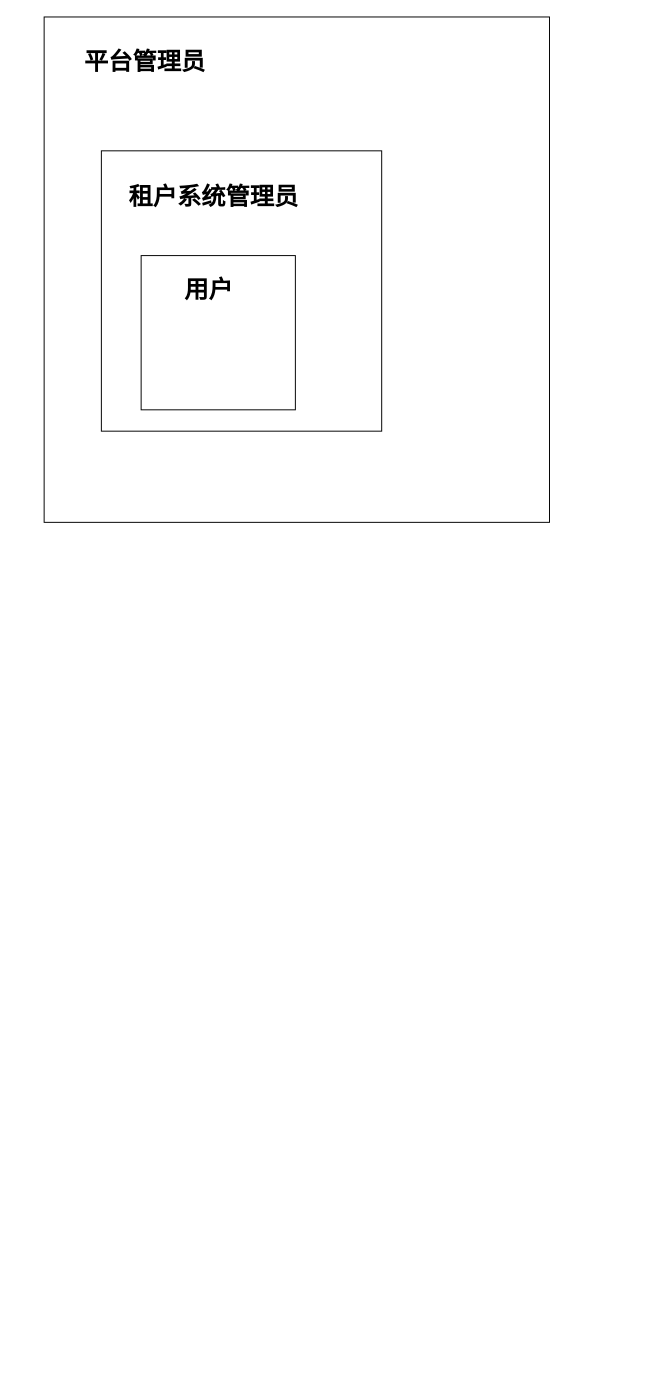
Before: 油港多租户平台人员级联关系图.drawio in huanglian666/flow-chart, a draw.io diagram. Source tidied: cells renumbered, new cells numbered last; positions are measured from the earlier drawing's top-left corner, leaving out a move shared by most shapes. Both pictures are drawn from the tidied source at 97%, with x=0, y=0 at pixel (44, 16).
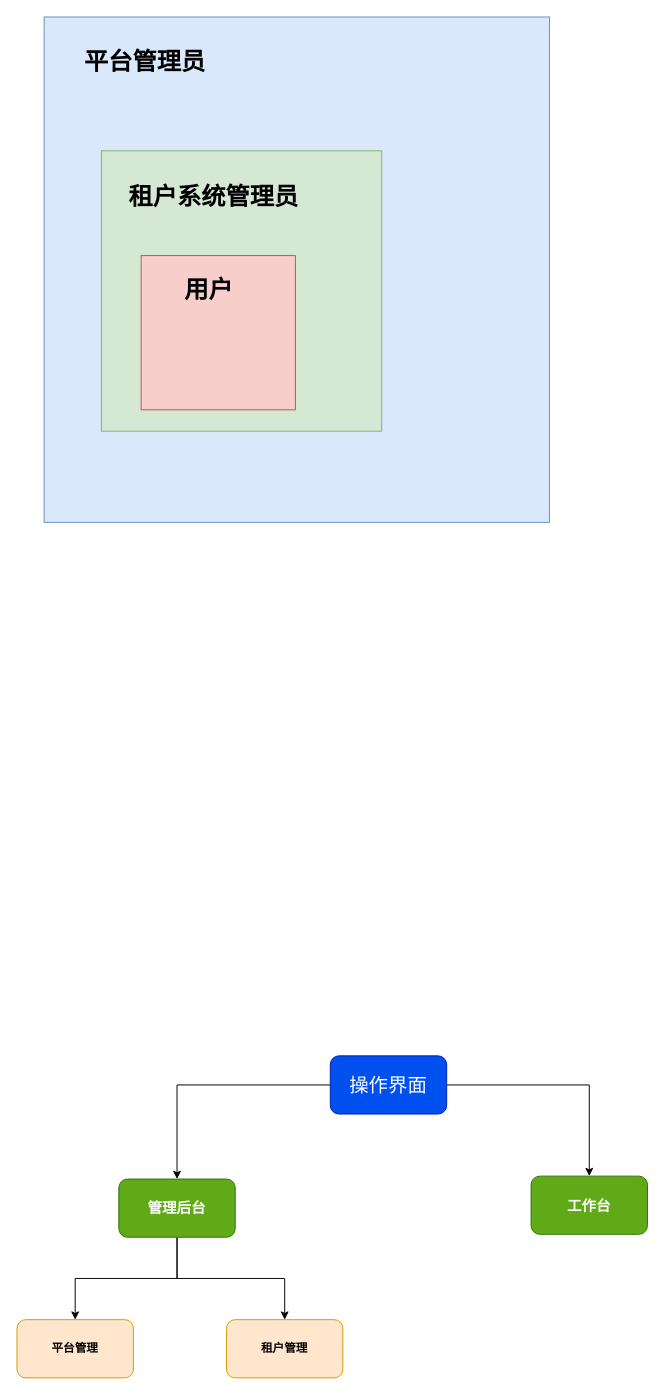
The same diagram, later.

Commit message (it also covers changes not shown here):
更新油港多租户平台人员级联关系图.drawio

Change to the diagram source:
```diff
@@
 <mxGraphModel>
   <root>
     <mxCell id="0" />
     <mxCell id="1" parent="0" />
-    <mxCell id="2" style="whiteSpace=wrap;html=1;" parent="1" vertex="1">
+    <mxCell id="2" style="whiteSpace=wrap;html=1;fillColor=#dae8fc;strokeColor=#6c8ebf;" parent="1" vertex="1">
       <mxGeometry width="521" height="521" as="geometry" />
     </mxCell>
     <mxCell id="3" value="&lt;font style=&quot;font-size: 25px;&quot;&gt;&lt;b&gt;平台管理员&lt;/b&gt;&lt;/font&gt;" style="text;html=1;align=center;verticalAlign=middle;whiteSpace=wrap;rounded=0;" parent="1" vertex="1">
       <mxGeometry x="20" y="21" width="168" height="47" as="geometry" />
     </mxCell>
-    <mxCell id="4" style="whiteSpace=wrap;html=1;" parent="1" vertex="1">
+    <mxCell id="4" style="whiteSpace=wrap;html=1;fillColor=#d5e8d4;strokeColor=#82b366;" parent="1" vertex="1">
       <mxGeometry x="59" y="138" width="289" height="289" as="geometry" />
     </mxCell>
     <mxCell id="5" value="&lt;span style=&quot;font-size: 25px;&quot;&gt;&lt;b&gt;租户系统管理员&lt;/b&gt;&lt;/span&gt;" style="text;html=1;align=center;verticalAlign=middle;whiteSpace=wrap;rounded=0;" parent="1" vertex="1">
       <mxGeometry x="69" y="161" width="212" height="46" as="geometry" />
     </mxCell>
-    <mxCell id="6" style="whiteSpace=wrap;html=1;" parent="1" vertex="1">
+    <mxCell id="6" style="whiteSpace=wrap;html=1;fillColor=#f8cecc;strokeColor=#b85450;" parent="1" vertex="1">
       <mxGeometry x="100" y="246" width="159" height="159" as="geometry" />
     </mxCell>
     <mxCell id="7" value="&lt;span style=&quot;font-size: 25px;&quot;&gt;&lt;b&gt;用户&lt;/b&gt;&lt;/span&gt;" style="text;html=1;align=center;verticalAlign=middle;whiteSpace=wrap;rounded=0;" parent="1" vertex="1">
       <mxGeometry x="113" y="260" width="114" height="39" as="geometry" />
     </mxCell>
+    <mxCell id="8" style="edgeStyle=orthogonalEdgeStyle;rounded=0;jettySize=auto;html=1;" parent="1" edge="1" source="10" target="13">
+      <mxGeometry relative="1" as="geometry" />
+    </mxCell>
+    <mxCell id="9" style="edgeStyle=orthogonalEdgeStyle;rounded=0;jettySize=auto;html=1;" parent="1" edge="1" source="10" target="14">
+      <mxGeometry relative="1" as="geometry" />
+    </mxCell>
+    <mxCell id="10" value="&lt;font style=&quot;font-size: 20px;&quot;&gt;操作界面&lt;/font&gt;" style="rounded=1;whiteSpace=wrap;html=1;fillColor=#0050ef;fontColor=#ffffff;strokeColor=#001DBC;" parent="1" vertex="1">
+      <mxGeometry x="295" y="1071" width="120" height="60" as="geometry" />
+    </mxCell>
+    <mxCell id="11" style="edgeStyle=orthogonalEdgeStyle;rounded=0;jettySize=auto;html=1;" parent="1" edge="1" source="13" target="15">
+      <mxGeometry relative="1" as="geometry" />
+    </mxCell>
+    <mxCell id="12" style="edgeStyle=orthogonalEdgeStyle;rounded=0;jettySize=auto;html=1;" parent="1" edge="1" source="13" target="16">
+      <mxGeometry relative="1" as="geometry" />
+    </mxCell>
+    <mxCell id="13" value="&lt;font style=&quot;font-size: 15px;&quot;&gt;&lt;b&gt;管理后台&lt;/b&gt;&lt;/font&gt;" style="rounded=1;whiteSpace=wrap;html=1;fillColor=#60a917;fontColor=#ffffff;strokeColor=#2D7600;" parent="1" vertex="1">
+      <mxGeometry x="77" y="1198" width="120" height="60" as="geometry" />
+    </mxCell>
+    <mxCell id="14" value="&lt;font style=&quot;font-size: 15px;&quot;&gt;&lt;b&gt;工作台&lt;/b&gt;&lt;/font&gt;" style="rounded=1;whiteSpace=wrap;html=1;fillColor=#60a917;fontColor=#ffffff;strokeColor=#2D7600;" parent="1" vertex="1">
+      <mxGeometry x="502" y="1195" width="120" height="60" as="geometry" />
+    </mxCell>
+    <mxCell id="15" value="&lt;b&gt;平台管理&lt;/b&gt;" style="rounded=1;whiteSpace=wrap;html=1;fillColor=#ffe6cc;strokeColor=#d79b00;" parent="1" vertex="1">
+      <mxGeometry x="-28" y="1343" width="120" height="60" as="geometry" />
+    </mxCell>
+    <mxCell id="16" value="&lt;b&gt;租户管理&lt;/b&gt;" style="whiteSpace=wrap;html=1;rounded=1;fillColor=#ffe6cc;strokeColor=#d79b00;" parent="1" vertex="1">
+      <mxGeometry x="188" y="1343" width="120" height="60" as="geometry" />
+    </mxCell>
   </root>
 </mxGraphModel>
```
